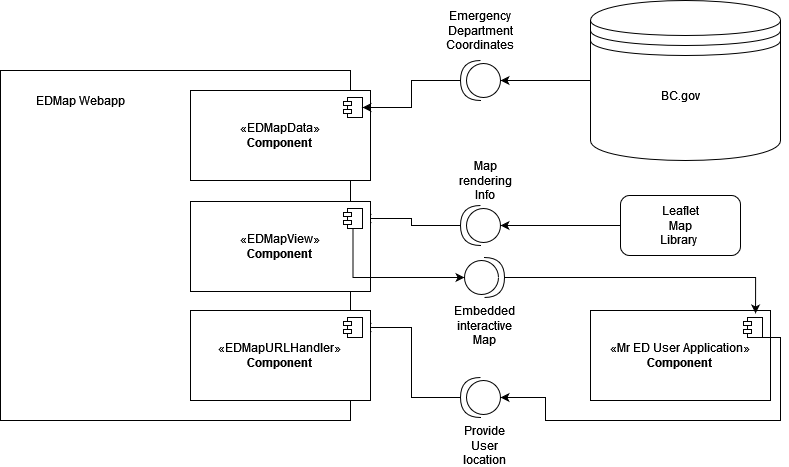
The draw.io diagram Assets/C&C_Diagram.png in uvic-teach/project-m1-team9, before a commit. Source tidied: cells renumbered, new cells last; positions are measured from the earlier drawing's top-left corner, leaving out a move shared by most shapes. Its diagram source:
```xml
<mxGraphModel>
  <root>
    <mxCell id="0" />
    <mxCell id="1" parent="0" />
    <mxCell id="2" value="«Mr ED User Application»&lt;br&gt;&lt;b&gt;Component&lt;/b&gt;" style="html=1;whiteSpace=wrap;" parent="1" vertex="1">
      <mxGeometry x="590" y="310" width="180" height="90" as="geometry" />
    </mxCell>
    <mxCell id="3" style="shape=module;jettyWidth=8;jettyHeight=4;" parent="2" vertex="1">
      <mxGeometry x="1" width="19" height="20" relative="1" as="geometry">
        <mxPoint x="-27" y="7" as="offset" />
      </mxGeometry>
    </mxCell>
    <mxCell id="4" style="whiteSpace=wrap;html=1;" parent="1" vertex="1">
      <mxGeometry y="70" width="350" height="350" as="geometry" />
    </mxCell>
    <mxCell id="5" value="EDMap Webapp" style="text;html=1;strokeColor=none;fillColor=none;align=center;verticalAlign=middle;whiteSpace=wrap;rounded=0;" parent="1" vertex="1">
      <mxGeometry x="10" y="80" width="140" height="40" as="geometry" />
    </mxCell>
    <mxCell id="6" value="«EDMapData»&lt;br&gt;&lt;b&gt;Component&lt;/b&gt;" style="html=1;whiteSpace=wrap;" parent="1" vertex="1">
      <mxGeometry x="190" y="90" width="180" height="90" as="geometry" />
    </mxCell>
    <mxCell id="7" style="shape=module;jettyWidth=8;jettyHeight=4;" parent="6" vertex="1">
      <mxGeometry x="1" width="19" height="20" relative="1" as="geometry">
        <mxPoint x="-27" y="7" as="offset" />
      </mxGeometry>
    </mxCell>
    <mxCell id="8" style="edgeStyle=orthogonalEdgeStyle;rounded=0;jettySize=auto;html=1;" parent="1" edge="1" source="9" target="11">
      <mxGeometry relative="1" as="geometry" />
    </mxCell>
    <mxCell id="9" style="shape=datastore;whiteSpace=wrap;html=1;" parent="1" vertex="1">
      <mxGeometry x="590" width="190" height="160" as="geometry" />
    </mxCell>
    <mxCell id="10" style="edgeStyle=orthogonalEdgeStyle;rounded=0;jettySize=auto;html=1;" parent="1" edge="1" source="11" target="7">
      <mxGeometry relative="1" as="geometry" />
    </mxCell>
    <mxCell id="11" style="shape=providedRequiredInterface;html=1;verticalLabelPosition=bottom;sketch=0;rotation=-180;" parent="1" vertex="1">
      <mxGeometry x="460" y="60" width="40" height="40" as="geometry" />
    </mxCell>
    <mxCell id="12" value="Emergency Department Coordinates" style="text;html=1;strokeColor=none;fillColor=none;align=center;verticalAlign=middle;whiteSpace=wrap;rounded=0;" parent="1" vertex="1">
      <mxGeometry x="445" y="10" width="70" height="40" as="geometry" />
    </mxCell>
    <mxCell id="13" style="edgeStyle=orthogonalEdgeStyle;rounded=0;jettySize=auto;html=1;exitX=1;exitY=0.5;exitDx=0;exitDy=0;exitPerimeter=0;entryX=1;entryY=0.5;entryDx=0;entryDy=0;" parent="1" edge="1" source="14" target="20">
      <mxGeometry relative="1" as="geometry" />
    </mxCell>
    <mxCell id="14" style="shape=providedRequiredInterface;html=1;verticalLabelPosition=bottom;sketch=0;rotation=-180;" parent="1" vertex="1">
      <mxGeometry x="460" y="205" width="40" height="40" as="geometry" />
    </mxCell>
    <mxCell id="15" style="rounded=1;whiteSpace=wrap;html=1;" parent="1" vertex="1">
      <mxGeometry x="620" y="195" width="120" height="60" as="geometry" />
    </mxCell>
    <mxCell id="16" value="BC.gov" style="text;html=1;strokeColor=none;fillColor=none;align=center;verticalAlign=middle;whiteSpace=wrap;rounded=0;" parent="1" vertex="1">
      <mxGeometry x="650" y="80" width="60" height="30" as="geometry" />
    </mxCell>
    <mxCell id="17" value="Leaflet Map Library&amp;nbsp;" style="text;html=1;strokeColor=none;fillColor=none;align=center;verticalAlign=middle;whiteSpace=wrap;rounded=0;" parent="1" vertex="1">
      <mxGeometry x="650" y="210" width="60" height="30" as="geometry" />
    </mxCell>
    <mxCell id="18" style="edgeStyle=orthogonalEdgeStyle;rounded=0;jettySize=auto;html=1;exitX=0;exitY=0.5;exitDx=0;exitDy=0;entryX=0;entryY=0.5;entryDx=0;entryDy=0;entryPerimeter=0;" parent="1" edge="1" source="15" target="14">
      <mxGeometry relative="1" as="geometry" />
    </mxCell>
    <mxCell id="19" value="«EDMapView»&lt;br&gt;&lt;b&gt;Component&lt;/b&gt;" style="html=1;whiteSpace=wrap;" parent="1" vertex="1">
      <mxGeometry x="190" y="201" width="180" height="90" as="geometry" />
    </mxCell>
    <mxCell id="20" style="shape=module;jettyWidth=8;jettyHeight=4;" parent="19" vertex="1">
      <mxGeometry x="1" width="19" height="20" relative="1" as="geometry">
        <mxPoint x="-27" y="7" as="offset" />
      </mxGeometry>
    </mxCell>
    <mxCell id="21" style="edgeStyle=orthogonalEdgeStyle;rounded=0;jettySize=auto;html=1;exitX=1;exitY=0.5;exitDx=0;exitDy=0;exitPerimeter=0;entryX=0.917;entryY=0.033;entryDx=0;entryDy=0;entryPerimeter=0;" parent="1" edge="1" source="22" target="2">
      <mxGeometry relative="1" as="geometry" />
    </mxCell>
    <mxCell id="22" style="shape=providedRequiredInterface;html=1;verticalLabelPosition=bottom;sketch=0;rotation=-180;direction=west;" parent="1" vertex="1">
      <mxGeometry x="464" y="257" width="40" height="40" as="geometry" />
    </mxCell>
    <mxCell id="23" style="edgeStyle=orthogonalEdgeStyle;rounded=0;jettySize=auto;html=1;exitX=0.5;exitY=1;exitDx=0;exitDy=0;entryX=0;entryY=0.5;entryDx=0;entryDy=0;entryPerimeter=0;" parent="1" edge="1" source="20" target="22">
      <mxGeometry relative="1" as="geometry" />
    </mxCell>
    <mxCell id="24" value="Map rendering Info" style="text;html=1;strokeColor=none;fillColor=none;align=center;verticalAlign=middle;whiteSpace=wrap;rounded=0;" parent="1" vertex="1">
      <mxGeometry x="455" y="165" width="60" height="30" as="geometry" />
    </mxCell>
    <mxCell id="25" value="Embedded interactive Map" style="text;html=1;strokeColor=none;fillColor=none;align=center;verticalAlign=middle;whiteSpace=wrap;rounded=0;" parent="1" vertex="1">
      <mxGeometry x="454" y="310" width="60" height="30" as="geometry" />
    </mxCell>
    <mxCell id="26" style="edgeStyle=orthogonalEdgeStyle;rounded=0;jettySize=auto;html=1;exitX=1;exitY=0.5;exitDx=0;exitDy=0;exitPerimeter=0;entryX=1;entryY=0.5;entryDx=0;entryDy=0;" parent="1" edge="1" source="27" target="30">
      <mxGeometry relative="1" as="geometry" />
    </mxCell>
    <mxCell id="27" style="shape=providedRequiredInterface;html=1;verticalLabelPosition=bottom;sketch=0;rotation=-180;" parent="1" vertex="1">
      <mxGeometry x="460" y="377" width="40" height="40" as="geometry" />
    </mxCell>
    <mxCell id="28" style="edgeStyle=orthogonalEdgeStyle;rounded=0;jettySize=auto;html=1;exitX=0.5;exitY=1;exitDx=0;exitDy=0;entryX=0;entryY=0.5;entryDx=0;entryDy=0;entryPerimeter=0;" parent="1" edge="1" source="3" target="27">
      <mxGeometry relative="1" as="geometry">
        <Array as="points">
          <mxPoint x="780" y="337" />
          <mxPoint x="780" y="420" />
          <mxPoint x="545" y="420" />
          <mxPoint x="545" y="397" />
        </Array>
      </mxGeometry>
    </mxCell>
    <mxCell id="29" value="«EDMapURLHandler»&lt;br&gt;&lt;b&gt;Component&lt;/b&gt;" style="html=1;whiteSpace=wrap;" parent="1" vertex="1">
      <mxGeometry x="190" y="310" width="180" height="90" as="geometry" />
    </mxCell>
    <mxCell id="30" style="shape=module;jettyWidth=8;jettyHeight=4;" parent="29" vertex="1">
      <mxGeometry x="1" width="19" height="20" relative="1" as="geometry">
        <mxPoint x="-27" y="7" as="offset" />
      </mxGeometry>
    </mxCell>
    <mxCell id="31" value="Provide User location" style="text;html=1;strokeColor=none;fillColor=none;align=center;verticalAlign=middle;whiteSpace=wrap;rounded=0;" parent="1" vertex="1">
      <mxGeometry x="454" y="430" width="60" height="30" as="geometry" />
    </mxCell>
  </root>
</mxGraphModel>
```
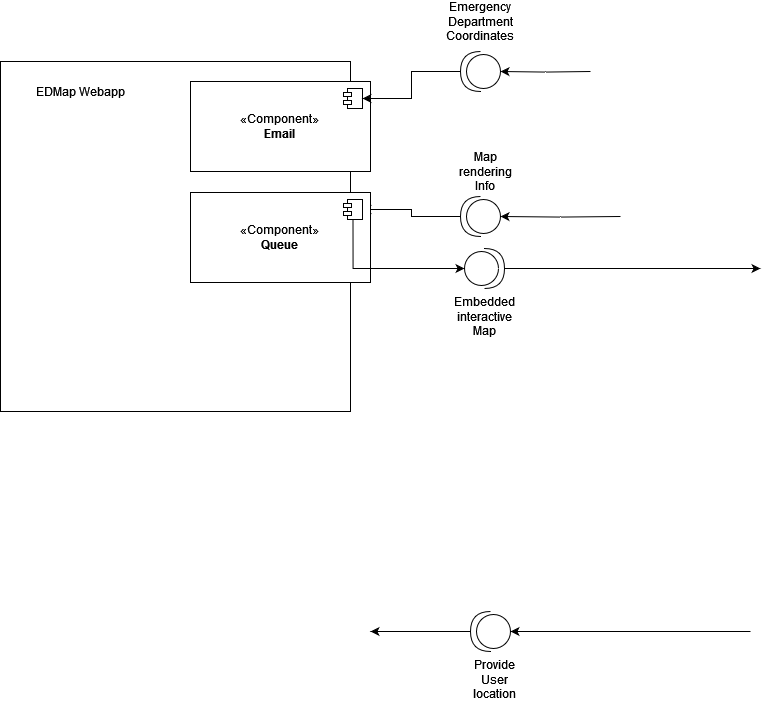
Later version of the same file.

Diff of the diagram source:
```diff
@@ -2,21 +2,13 @@
   <root>
     <mxCell id="0" />
     <mxCell id="1" parent="0" />
-    <mxCell id="2" value="«Mr ED User Application»&lt;br&gt;&lt;b&gt;Component&lt;/b&gt;" style="html=1;whiteSpace=wrap;" parent="1" vertex="1">
-      <mxGeometry x="590" y="310" width="180" height="90" as="geometry" />
-    </mxCell>
-    <mxCell id="3" style="shape=module;jettyWidth=8;jettyHeight=4;" parent="2" vertex="1">
-      <mxGeometry x="1" width="19" height="20" relative="1" as="geometry">
-        <mxPoint x="-27" y="7" as="offset" />
-      </mxGeometry>
-    </mxCell>
     <mxCell id="4" style="whiteSpace=wrap;html=1;" parent="1" vertex="1">
       <mxGeometry y="70" width="350" height="350" as="geometry" />
     </mxCell>
     <mxCell id="5" value="EDMap Webapp" style="text;html=1;strokeColor=none;fillColor=none;align=center;verticalAlign=middle;whiteSpace=wrap;rounded=0;" parent="1" vertex="1">
       <mxGeometry x="10" y="80" width="140" height="40" as="geometry" />
     </mxCell>
-    <mxCell id="6" value="«EDMapData»&lt;br&gt;&lt;b&gt;Component&lt;/b&gt;" style="html=1;whiteSpace=wrap;" parent="1" vertex="1">
+    <mxCell id="6" value="«Component»&lt;br&gt;&lt;b&gt;Email&lt;/b&gt;" style="html=1;whiteSpace=wrap;" parent="1" vertex="1">
       <mxGeometry x="190" y="90" width="180" height="90" as="geometry" />
     </mxCell>
     <mxCell id="7" style="shape=module;jettyWidth=8;jettyHeight=4;" parent="6" vertex="1">
@@ -24,12 +16,11 @@
         <mxPoint x="-27" y="7" as="offset" />
       </mxGeometry>
     </mxCell>
-    <mxCell id="8" style="edgeStyle=orthogonalEdgeStyle;rounded=0;jettySize=auto;html=1;" parent="1" edge="1" source="9" target="11">
-      <mxGeometry relative="1" as="geometry" />
+    <mxCell id="8" style="edgeStyle=orthogonalEdgeStyle;rounded=0;jettySize=auto;html=1;" parent="1" edge="1" target="11">
+      <mxGeometry relative="1" as="geometry">
+        <mxPoint x="590" y="80" as="sourcePoint" />
+      </mxGeometry>
     </mxCell>
-    <mxCell id="9" style="shape=datastore;whiteSpace=wrap;html=1;" parent="1" vertex="1">
-      <mxGeometry x="590" width="190" height="160" as="geometry" />
-    </mxCell>
     <mxCell id="10" style="edgeStyle=orthogonalEdgeStyle;rounded=0;jettySize=auto;html=1;" parent="1" edge="1" source="11" target="7">
       <mxGeometry relative="1" as="geometry" />
     </mxCell>
@@ -45,19 +36,12 @@
     <mxCell id="14" style="shape=providedRequiredInterface;html=1;verticalLabelPosition=bottom;sketch=0;rotation=-180;" parent="1" vertex="1">
       <mxGeometry x="460" y="205" width="40" height="40" as="geometry" />
     </mxCell>
-    <mxCell id="15" style="rounded=1;whiteSpace=wrap;html=1;" parent="1" vertex="1">
-      <mxGeometry x="620" y="195" width="120" height="60" as="geometry" />
-    </mxCell>
-    <mxCell id="16" value="BC.gov" style="text;html=1;strokeColor=none;fillColor=none;align=center;verticalAlign=middle;whiteSpace=wrap;rounded=0;" parent="1" vertex="1">
-      <mxGeometry x="650" y="80" width="60" height="30" as="geometry" />
-    </mxCell>
-    <mxCell id="17" value="Leaflet Map Library&amp;nbsp;" style="text;html=1;strokeColor=none;fillColor=none;align=center;verticalAlign=middle;whiteSpace=wrap;rounded=0;" parent="1" vertex="1">
-      <mxGeometry x="650" y="210" width="60" height="30" as="geometry" />
-    </mxCell>
-    <mxCell id="18" style="edgeStyle=orthogonalEdgeStyle;rounded=0;jettySize=auto;html=1;exitX=0;exitY=0.5;exitDx=0;exitDy=0;entryX=0;entryY=0.5;entryDx=0;entryDy=0;entryPerimeter=0;" parent="1" edge="1" source="15" target="14">
-      <mxGeometry relative="1" as="geometry" />
+    <mxCell id="18" style="edgeStyle=orthogonalEdgeStyle;rounded=0;jettySize=auto;html=1;exitX=0;exitY=0.5;exitDx=0;exitDy=0;entryX=0;entryY=0.5;entryDx=0;entryDy=0;entryPerimeter=0;" parent="1" edge="1" target="14">
+      <mxGeometry relative="1" as="geometry">
+        <mxPoint x="620" y="225" as="sourcePoint" />
+      </mxGeometry>
     </mxCell>
-    <mxCell id="19" value="«EDMapView»&lt;br&gt;&lt;b&gt;Component&lt;/b&gt;" style="html=1;whiteSpace=wrap;" parent="1" vertex="1">
+    <mxCell id="19" value="«Component»&lt;br&gt;&lt;b&gt;Queue&lt;/b&gt;" style="html=1;whiteSpace=wrap;" parent="1" vertex="1">
       <mxGeometry x="190" y="201" width="180" height="90" as="geometry" />
     </mxCell>
     <mxCell id="20" style="shape=module;jettyWidth=8;jettyHeight=4;" parent="19" vertex="1">
@@ -65,8 +49,10 @@
         <mxPoint x="-27" y="7" as="offset" />
       </mxGeometry>
     </mxCell>
-    <mxCell id="21" style="edgeStyle=orthogonalEdgeStyle;rounded=0;jettySize=auto;html=1;exitX=1;exitY=0.5;exitDx=0;exitDy=0;exitPerimeter=0;entryX=0.917;entryY=0.033;entryDx=0;entryDy=0;entryPerimeter=0;" parent="1" edge="1" source="22" target="2">
-      <mxGeometry relative="1" as="geometry" />
+    <mxCell id="21" style="edgeStyle=orthogonalEdgeStyle;rounded=0;jettySize=auto;html=1;exitX=1;exitY=0.5;exitDx=0;exitDy=0;exitPerimeter=0;" parent="1" edge="1" source="22">
+      <mxGeometry relative="1" as="geometry">
+        <mxPoint x="760" y="277" as="targetPoint" />
+      </mxGeometry>
     </mxCell>
     <mxCell id="22" style="shape=providedRequiredInterface;html=1;verticalLabelPosition=bottom;sketch=0;rotation=-180;direction=west;" parent="1" vertex="1">
       <mxGeometry x="464" y="257" width="40" height="40" as="geometry" />
@@ -80,32 +66,24 @@
     <mxCell id="25" value="Embedded interactive Map" style="text;html=1;strokeColor=none;fillColor=none;align=center;verticalAlign=middle;whiteSpace=wrap;rounded=0;" parent="1" vertex="1">
       <mxGeometry x="454" y="310" width="60" height="30" as="geometry" />
     </mxCell>
-    <mxCell id="26" style="edgeStyle=orthogonalEdgeStyle;rounded=0;jettySize=auto;html=1;exitX=1;exitY=0.5;exitDx=0;exitDy=0;exitPerimeter=0;entryX=1;entryY=0.5;entryDx=0;entryDy=0;" parent="1" edge="1" source="27" target="30">
-      <mxGeometry relative="1" as="geometry" />
+    <mxCell id="26" style="edgeStyle=orthogonalEdgeStyle;rounded=0;jettySize=auto;html=1;exitX=1;exitY=0.5;exitDx=0;exitDy=0;exitPerimeter=0;" parent="1" edge="1" source="27">
+      <mxGeometry relative="1" as="geometry">
+        <mxPoint x="370" y="640" as="targetPoint" />
+      </mxGeometry>
     </mxCell>
     <mxCell id="27" style="shape=providedRequiredInterface;html=1;verticalLabelPosition=bottom;sketch=0;rotation=-180;" parent="1" vertex="1">
-      <mxGeometry x="460" y="377" width="40" height="40" as="geometry" />
+      <mxGeometry x="470" y="620" width="40" height="40" as="geometry" />
     </mxCell>
-    <mxCell id="28" style="edgeStyle=orthogonalEdgeStyle;rounded=0;jettySize=auto;html=1;exitX=0.5;exitY=1;exitDx=0;exitDy=0;entryX=0;entryY=0.5;entryDx=0;entryDy=0;entryPerimeter=0;" parent="1" edge="1" source="3" target="27">
+    <mxCell id="28" style="edgeStyle=orthogonalEdgeStyle;rounded=0;jettySize=auto;html=1;entryX=0;entryY=0.5;entryDx=0;entryDy=0;entryPerimeter=0;" parent="1" edge="1" target="27">
       <mxGeometry relative="1" as="geometry">
+        <mxPoint x="750" y="640" as="sourcePoint" />
         <Array as="points">
-          <mxPoint x="780" y="337" />
-          <mxPoint x="780" y="420" />
-          <mxPoint x="545" y="420" />
-          <mxPoint x="545" y="397" />
+          <mxPoint x="750" y="640" />
         </Array>
       </mxGeometry>
     </mxCell>
-    <mxCell id="29" value="«EDMapURLHandler»&lt;br&gt;&lt;b&gt;Component&lt;/b&gt;" style="html=1;whiteSpace=wrap;" parent="1" vertex="1">
-      <mxGeometry x="190" y="310" width="180" height="90" as="geometry" />
-    </mxCell>
-    <mxCell id="30" style="shape=module;jettyWidth=8;jettyHeight=4;" parent="29" vertex="1">
-      <mxGeometry x="1" width="19" height="20" relative="1" as="geometry">
-        <mxPoint x="-27" y="7" as="offset" />
-      </mxGeometry>
-    </mxCell>
     <mxCell id="31" value="Provide User location" style="text;html=1;strokeColor=none;fillColor=none;align=center;verticalAlign=middle;whiteSpace=wrap;rounded=0;" parent="1" vertex="1">
-      <mxGeometry x="454" y="430" width="60" height="30" as="geometry" />
+      <mxGeometry x="464" y="673" width="60" height="30" as="geometry" />
     </mxCell>
   </root>
 </mxGraphModel>
```
